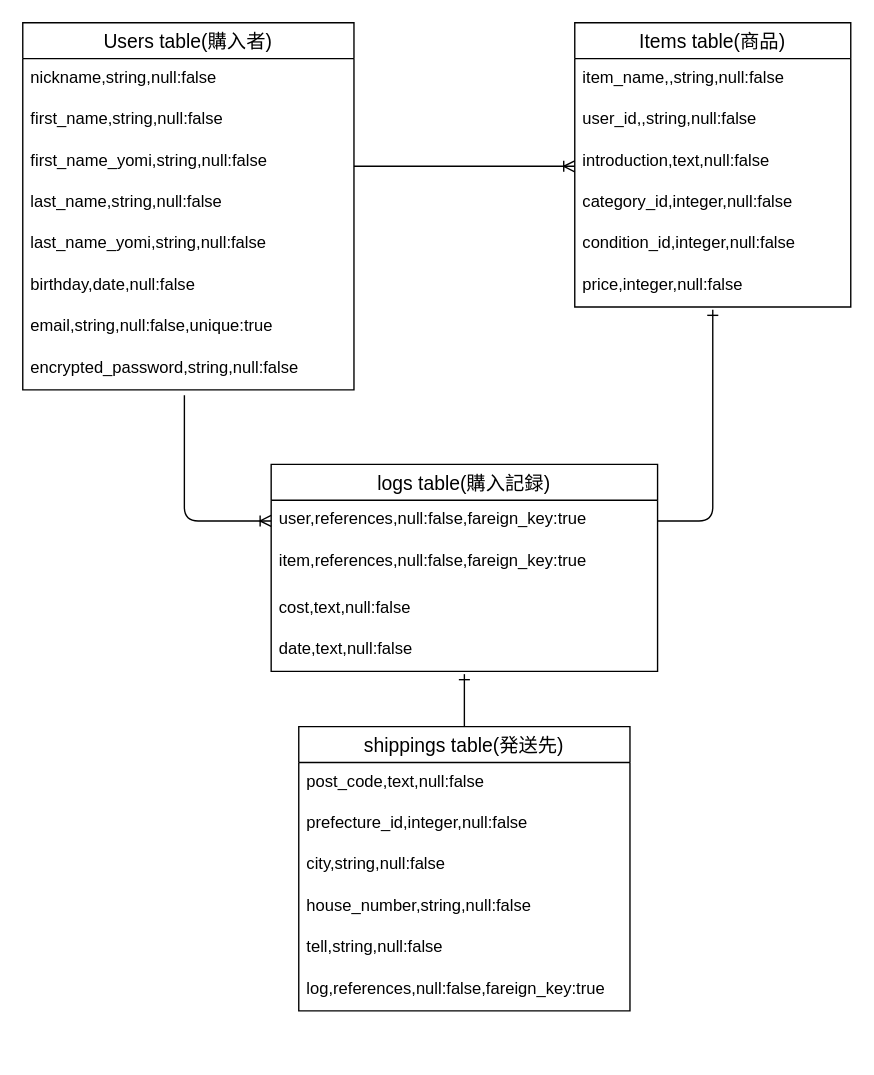
Earlier version of the draw.io diagram test.dio (suzumasa96/furima2-31955). Source tidied: cells renumbered, new cells numbered last; positions are measured from the earlier drawing's top-left corner, leaving out a move shared by most shapes. Both pictures are drawn from the tidied source at 138%, with x=0, y=0 at pixel (22, 22).
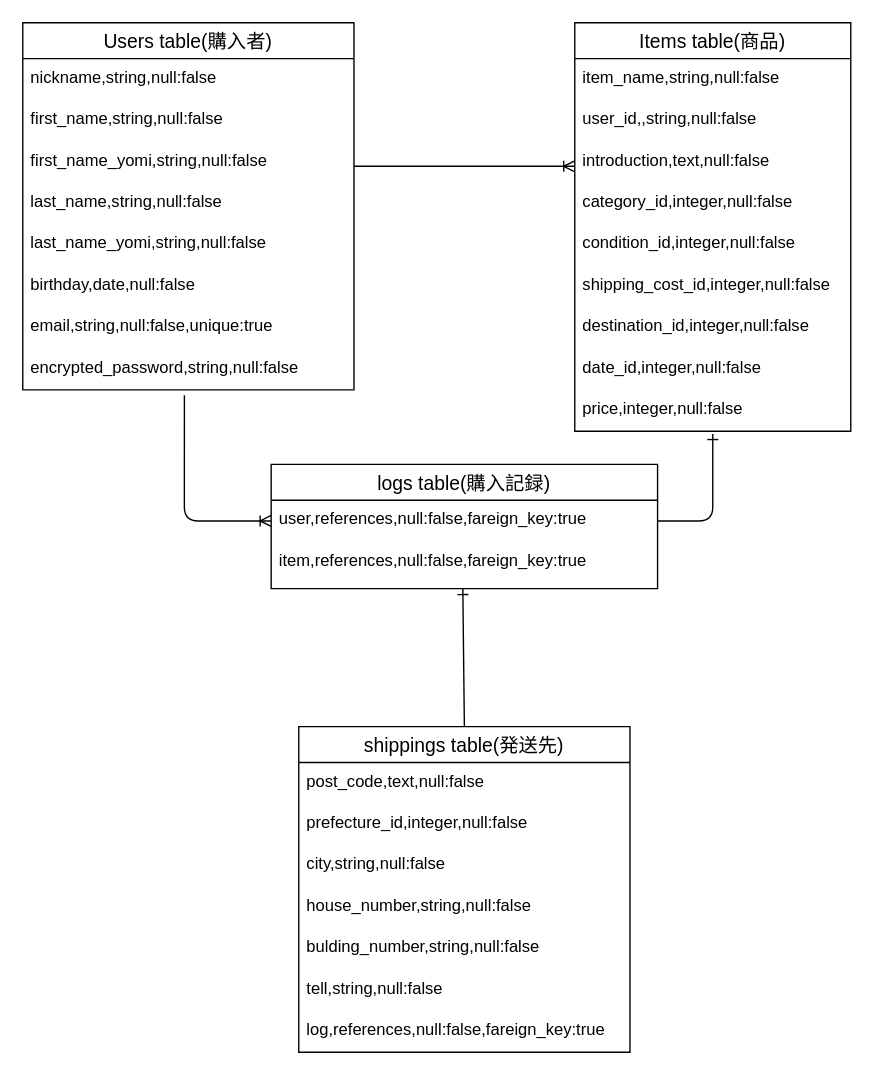
The same page after the edit.

Commit message (it also covers changes not shown here):
テーブル設計　修正3

Unchanged cells that the change refers to:
```xml
<mxCell id="23" value="item,references,null:false,fareign_key:true" style="text;strokeColor=none;fillColor=none;spacingLeft=4;spacingRight=4;overflow=hidden;points=[[0,0.5],[1,0.5]];portConstraint=eastwest;fontSize=12;" parent="21" vertex="1">
  <mxGeometry y="56" width="280" height="34" as="geometry" />
</mxCell>
```

Diff of the diagram source:
```diff
@@
-    <mxCell id="2" style="fontSize=12;html=1;endArrow=ERone;endFill=1;exitX=0.5;exitY=0;exitDx=0;exitDy=0;entryX=0.5;entryY=1.067;entryDx=0;entryDy=0;entryPerimeter=0;" parent="1" edge="1" source="27" target="25">
+    <mxCell id="2" style="fontSize=12;html=1;endArrow=ERone;endFill=1;exitX=0.5;exitY=0;exitDx=0;exitDy=0;entryX=0.496;entryY=1.01;entryDx=0;entryDy=0;entryPerimeter=0;" parent="1" edge="1" source="27" target="23">
       <mxGeometry relative="1" as="geometry" />
     </mxCell>
@@
     <mxCell id="13" value="Items table(商品)" style="swimlane;fontStyle=0;horizontal=1;startSize=26;align=center;fontSize=14;" parent="1" vertex="1">
-      <mxGeometry x="400" width="200" height="206" as="geometry" />
+      <mxGeometry x="400" width="200" height="296" as="geometry" />
     </mxCell>
-    <mxCell id="14" value="item_name,,string,null:false" style="text;strokeColor=none;fillColor=none;spacingLeft=4;spacingRight=4;overflow=hidden;fontSize=12;" parent="13" vertex="1">
+    <mxCell id="14" value="item_name,string,null:false" style="text;strokeColor=none;fillColor=none;spacingLeft=4;spacingRight=4;overflow=hidden;fontSize=12;" parent="13" vertex="1">
       <mxGeometry y="26" width="200" height="30" as="geometry" />
     </mxCell>
@@
+    <mxCell id="34" value="shipping_cost_id,integer,null:false" style="text;strokeColor=none;fillColor=none;spacingLeft=4;spacingRight=4;overflow=hidden;fontSize=12;" parent="13" vertex="1">
+      <mxGeometry y="176" width="200" height="30" as="geometry" />
+    </mxCell>
+    <mxCell id="35" value="destination_id,integer,null:false" style="text;strokeColor=none;fillColor=none;spacingLeft=4;spacingRight=4;overflow=hidden;fontSize=12;" parent="13" vertex="1">
+      <mxGeometry y="206" width="200" height="30" as="geometry" />
+    </mxCell>
+    <mxCell id="36" value="date_id,integer,null:false" style="text;strokeColor=none;fillColor=none;spacingLeft=4;spacingRight=4;overflow=hidden;fontSize=12;" parent="13" vertex="1">
+      <mxGeometry y="236" width="200" height="30" as="geometry" />
+    </mxCell>
     <mxCell id="19" value="price,integer,null:false" style="text;strokeColor=none;fillColor=none;spacingLeft=4;spacingRight=4;overflow=hidden;points=[[0,0.5],[1,0.5]];portConstraint=eastwest;fontSize=12;" parent="13" vertex="1">
-      <mxGeometry y="176" width="200" height="30" as="geometry" />
+      <mxGeometry y="266" width="200" height="30" as="geometry" />
     </mxCell>
@@
     <mxCell id="21" value="logs table(購入記録)" style="swimlane;fontStyle=0;horizontal=1;startSize=26;align=center;fontSize=14;" parent="1" vertex="1">
-      <mxGeometry x="180" y="320" width="280" height="150" as="geometry" />
+      <mxGeometry x="180" y="320" width="280" height="90" as="geometry" />
     </mxCell>
@@
-    <mxCell id="24" value="cost,text,null:false" style="text;strokeColor=none;fillColor=none;spacingLeft=4;spacingRight=4;overflow=hidden;fontSize=12;" parent="21" vertex="1">
-      <mxGeometry y="90" width="280" height="30" as="geometry" />
-    </mxCell>
-    <mxCell id="25" value="date,text,null:false" style="text;strokeColor=none;fillColor=none;spacingLeft=4;spacingRight=4;overflow=hidden;points=[[0,0.5],[1,0.5]];portConstraint=eastwest;fontSize=12;" parent="21" vertex="1">
-      <mxGeometry y="120" width="280" height="30" as="geometry" />
-    </mxCell>
@@
     <mxCell id="27" value="shippings table(発送先)" style="swimlane;fontStyle=0;horizontal=1;startSize=26;align=center;fontSize=14;" parent="1" vertex="1">
-      <mxGeometry x="200" y="510" width="240" height="206" as="geometry" />
+      <mxGeometry x="200" y="510" width="240" height="236" as="geometry" />
     </mxCell>
@@
+    <mxCell id="37" value="bulding_number,string,null:false" style="text;strokeColor=none;fillColor=none;spacingLeft=4;spacingRight=4;overflow=hidden;fontSize=12;" parent="27" vertex="1">
+      <mxGeometry y="146" width="240" height="30" as="geometry" />
+    </mxCell>
     <mxCell id="32" value="tell,string,null:false" style="text;strokeColor=none;fillColor=none;spacingLeft=4;spacingRight=4;overflow=hidden;fontSize=12;" parent="27" vertex="1">
-      <mxGeometry y="146" width="240" height="30" as="geometry" />
+      <mxGeometry y="176" width="240" height="30" as="geometry" />
     </mxCell>
     <mxCell id="33" value="log,references,null:false,fareign_key:true" style="text;strokeColor=none;fillColor=none;spacingLeft=4;spacingRight=4;overflow=hidden;fontSize=12;" parent="27" vertex="1">
-      <mxGeometry y="176" width="240" height="30" as="geometry" />
+      <mxGeometry y="206" width="240" height="30" as="geometry" />
     </mxCell>
```
